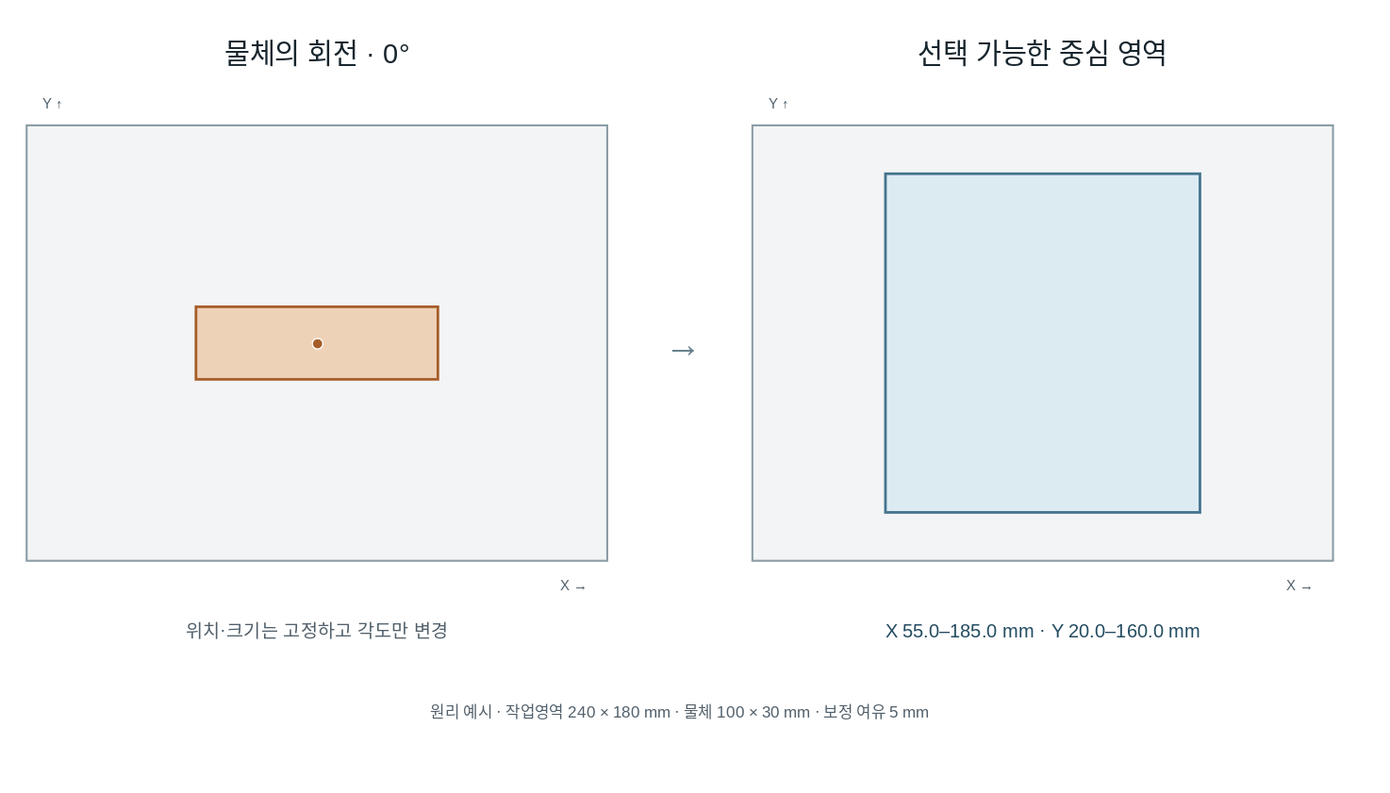
hasemu1211/fr5-lerobot-connector keeps this draw.io diagram as docs/portfolio/workspace-0.drawio.svg. Above is the earlier version. Source tidied: cells renumbered, new cells last; positions are measured from the earlier drawing's top-left corner, leaving out a move shared by most shapes.
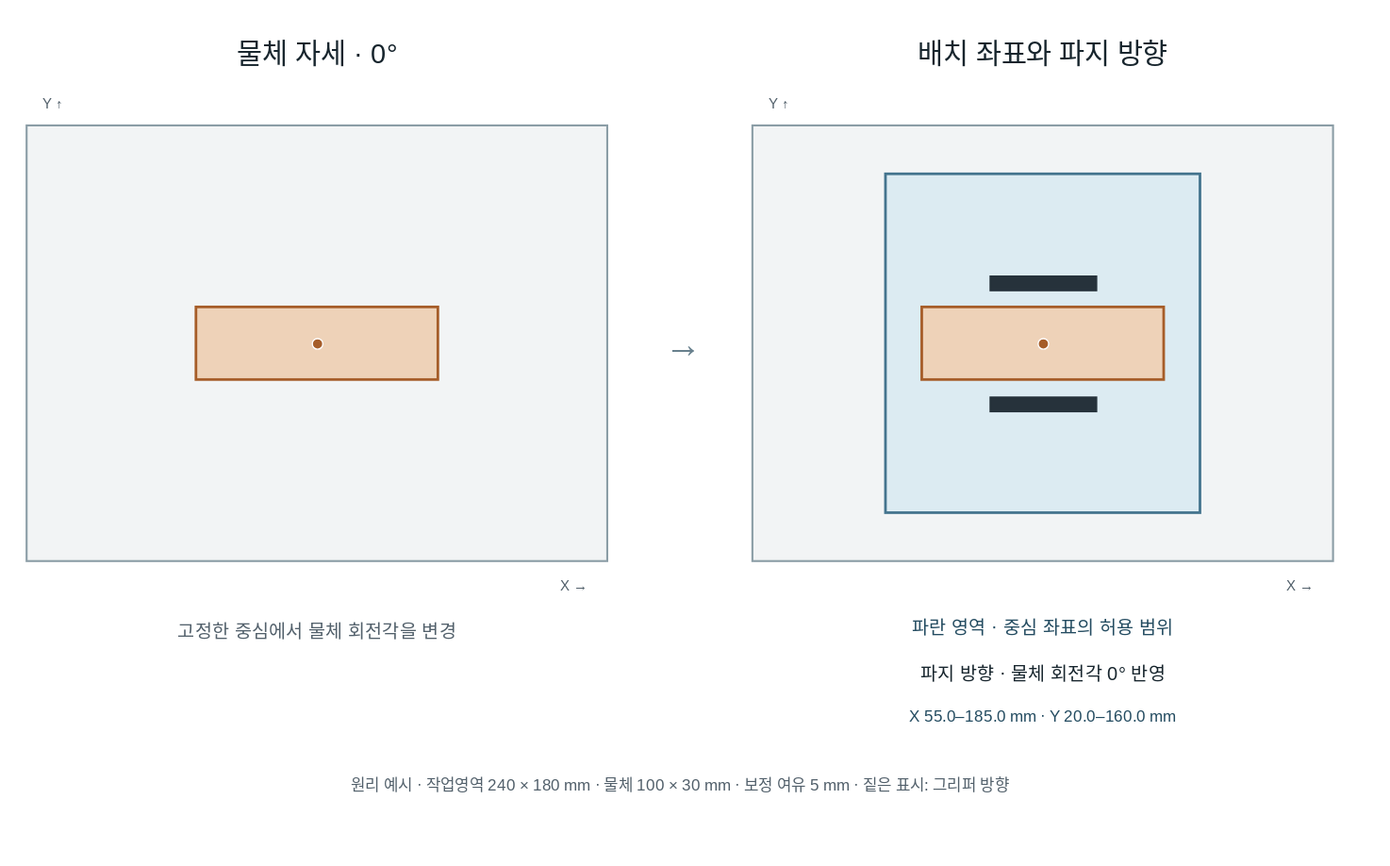
The same diagram one commit later.

Change to the diagram source:
```diff
@@ -2,10 +2,10 @@
   <root>
     <mxCell id="0" />
     <mxCell id="1" parent="0" />
-    <mxCell id="2" value="물체의 회전 · 0°" style="html=1;whiteSpace=wrap;fontFamily=Noto Sans CJK KR;fontSize=14;fontColor=#17252d;spacing=0;text;strokeColor=none;fillColor=none;fontSize=21;fontColor=#17252d;align=center;verticalAlign=middle;" parent="1" vertex="1">
+    <mxCell id="2" value="물체 자세 · 0°" style="html=1;whiteSpace=wrap;fontFamily=Noto Sans CJK KR;fontSize=14;fontColor=#17252d;spacing=0;text;strokeColor=none;fillColor=none;fontSize=21;fontColor=#17252d;align=center;verticalAlign=middle;" parent="1" vertex="1">
       <mxGeometry width="440" height="40" as="geometry" />
     </mxCell>
-    <mxCell id="3" value="선택 가능한 중심 영역" style="html=1;whiteSpace=wrap;fontFamily=Noto Sans CJK KR;fontSize=14;fontColor=#17252d;spacing=0;text;strokeColor=none;fillColor=none;fontSize=21;fontColor=#17252d;align=center;verticalAlign=middle;" parent="1" vertex="1">
+    <mxCell id="3" value="배치 좌표와 파지 방향" style="html=1;whiteSpace=wrap;fontFamily=Noto Sans CJK KR;fontSize=14;fontColor=#17252d;spacing=0;text;strokeColor=none;fillColor=none;fontSize=21;fontColor=#17252d;align=center;verticalAlign=middle;" parent="1" vertex="1">
       <mxGeometry x="550" width="440" height="40" as="geometry" />
     </mxCell>
     <mxCell id="4" style="html=1;whiteSpace=wrap;fontFamily=Noto Sans CJK KR;fontSize=14;fontColor=#17252d;spacing=0;fillColor=#f2f4f5;strokeColor=#8b9da6;strokeWidth=1.5;align=center;verticalAlign=middle;" parent="1" vertex="1">
@@ -35,17 +35,35 @@
     <mxCell id="12" style="html=1;whiteSpace=wrap;fontFamily=Noto Sans CJK KR;fontSize=14;fontColor=#17252d;spacing=0;ellipse;fillColor=#a65d29;strokeColor=#fff;strokeWidth=1;align=center;verticalAlign=middle;" parent="1" vertex="1">
       <mxGeometry x="216" y="236" width="8" height="8" as="geometry" />
     </mxCell>
+    <mxCell id="17" style="html=1;whiteSpace=wrap;fontFamily=Noto Sans CJK KR;fontSize=14;fontColor=#17252d;spacing=0;fillColor=#eed2b8;strokeColor=#a65d29;strokeWidth=2;rotation=0;align=center;verticalAlign=middle;" parent="1" vertex="1">
+      <mxGeometry x="678.3" y="212.5" width="183.3" height="55" as="geometry" />
+    </mxCell>
+    <mxCell id="18" style="html=1;whiteSpace=wrap;fontFamily=Noto Sans CJK KR;fontSize=14;fontColor=#17252d;spacing=0;ellipse;fillColor=#a65d29;strokeColor=#fff;strokeWidth=1;align=center;verticalAlign=middle;" parent="1" vertex="1">
+      <mxGeometry x="766" y="236" width="8" height="8" as="geometry" />
+    </mxCell>
+    <mxCell id="19" style="html=1;whiteSpace=wrap;fontFamily=Noto Sans CJK KR;fontSize=14;fontColor=#17252d;spacing=0;fillColor=#26323b;strokeColor=#26323b;rotation=0;align=center;verticalAlign=middle;" parent="1" vertex="1">
+      <mxGeometry x="729.7" y="280.3" width="80.7" height="11" as="geometry" />
+    </mxCell>
+    <mxCell id="20" style="html=1;whiteSpace=wrap;fontFamily=Noto Sans CJK KR;fontSize=14;fontColor=#17252d;spacing=0;fillColor=#26323b;strokeColor=#26323b;rotation=0;align=center;verticalAlign=middle;" parent="1" vertex="1">
+      <mxGeometry x="729.7" y="188.7" width="80.7" height="11" as="geometry" />
+    </mxCell>
-    <mxCell id="13" value="위치·크기는 고정하고 각도만 변경" style="html=1;whiteSpace=wrap;fontFamily=Noto Sans CJK KR;fontSize=14;fontColor=#17252d;spacing=0;text;strokeColor=none;fillColor=none;fontSize=14;fontColor=#52606b;align=center;verticalAlign=middle;" parent="1" vertex="1">
+    <mxCell id="13" value="고정한 중심에서 물체 회전각을 변경" style="html=1;whiteSpace=wrap;fontFamily=Noto Sans CJK KR;fontSize=14;fontColor=#17252d;spacing=0;text;strokeColor=none;fillColor=none;fontSize=14;fontColor=#52606b;align=center;verticalAlign=middle;" parent="1" vertex="1">
       <mxGeometry y="440" width="440" height="35" as="geometry" />
     </mxCell>
-    <mxCell id="14" value="X 55.0–185.0 mm · Y 20.0–160.0 mm" style="html=1;whiteSpace=wrap;fontFamily=Noto Sans CJK KR;fontSize=14;fontColor=#17252d;spacing=0;text;strokeColor=none;fillColor=none;fontSize=14;fontColor=#244c61;align=center;verticalAlign=middle;" parent="1" vertex="1">
-      <mxGeometry x="550" y="440" width="440" height="35" as="geometry" />
+    <mxCell id="14" value="파란 영역 · 중심 좌표의 허용 범위" style="html=1;whiteSpace=wrap;fontFamily=Noto Sans CJK KR;fontSize=14;fontColor=#17252d;spacing=0;text;strokeColor=none;fillColor=none;fontSize=14;fontColor=#244c61;align=center;verticalAlign=middle;" parent="1" vertex="1">
+      <mxGeometry x="550" y="440" width="440" height="30" as="geometry" />
     </mxCell>
+    <mxCell id="21" value="파지 방향 · 물체 회전각 0° 반영" style="html=1;whiteSpace=wrap;fontFamily=Noto Sans CJK KR;fontSize=14;fontColor=#17252d;spacing=0;text;strokeColor=none;fillColor=none;fontSize=14;fontColor=#17252d;align=center;verticalAlign=middle;" parent="1" vertex="1">
+      <mxGeometry x="550" y="475" width="440" height="30" as="geometry" />
+    </mxCell>
+    <mxCell id="22" value="X 55.0–185.0 mm · Y 20.0–160.0 mm" style="html=1;whiteSpace=wrap;fontFamily=Noto Sans CJK KR;fontSize=14;fontColor=#17252d;spacing=0;text;strokeColor=none;fillColor=none;fontSize=12;fontColor=#244c61;align=center;verticalAlign=middle;" parent="1" vertex="1">
+      <mxGeometry x="550" y="510" width="440" height="25" as="geometry" />
+    </mxCell>
     <mxCell id="15" value="→" style="html=1;whiteSpace=wrap;fontFamily=Noto Sans CJK KR;fontSize=14;fontColor=#17252d;spacing=0;text;strokeColor=none;fillColor=none;fontSize=28;fontColor=#68808d;align=center;verticalAlign=middle;" parent="1" vertex="1">
       <mxGeometry x="460" y="210" width="75" height="60" as="geometry" />
     </mxCell>
-    <mxCell id="16" value="원리 예시 · 작업영역 240 × 180 mm · 물체 100 × 30 mm · 보정 여유 5 mm" style="html=1;whiteSpace=wrap;fontFamily=Noto Sans CJK KR;fontSize=14;fontColor=#17252d;spacing=0;text;strokeColor=none;fillColor=none;fontSize=12;fontColor=#52606b;align=center;verticalAlign=middle;" parent="1" vertex="1">
-      <mxGeometry y="500" width="990" height="40" as="geometry" />
+    <mxCell id="16" value="원리 예시 · 작업영역 240 × 180 mm · 물체 100 × 30 mm · 보정 여유 5 mm · 짙은 표시: 그리퍼 방향" style="html=1;whiteSpace=wrap;fontFamily=Noto Sans CJK KR;fontSize=14;fontColor=#17252d;spacing=0;text;strokeColor=none;fillColor=none;fontSize=12;fontColor=#52606b;align=center;verticalAlign=middle;" parent="1" vertex="1">
+      <mxGeometry y="555" width="990" height="40" as="geometry" />
     </mxCell>
   </root>
 </mxGraphModel>
```
